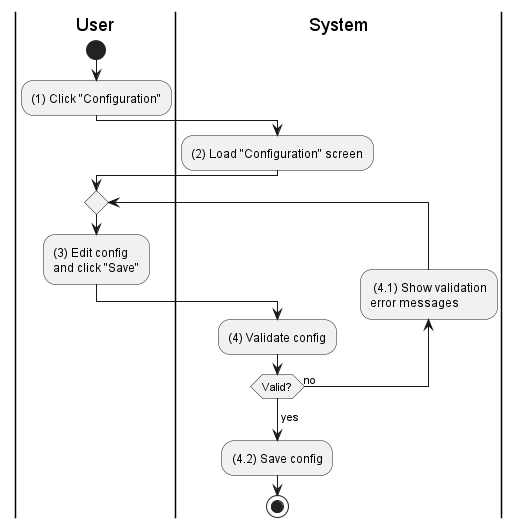
Earlier version of the PlantUML export activities/config-manage.png (phihungha/scmss-reqs). The source it was exported from:
```plantuml
@startuml config-manage
|u|User
|s|System

|u|
start
:(1) Click "Configuration";

|s|
:(2) Load "Configuration" screen;

|u|
repeat
    :(3) Edit config\nand click "Save";

    |s|
    :(4) Validate config;
    backward: (4.1) Show validation\nerror messages;
repeat while (Valid?) is (no)
->yes;
:(4.2) Save config;
stop
@enduml
```
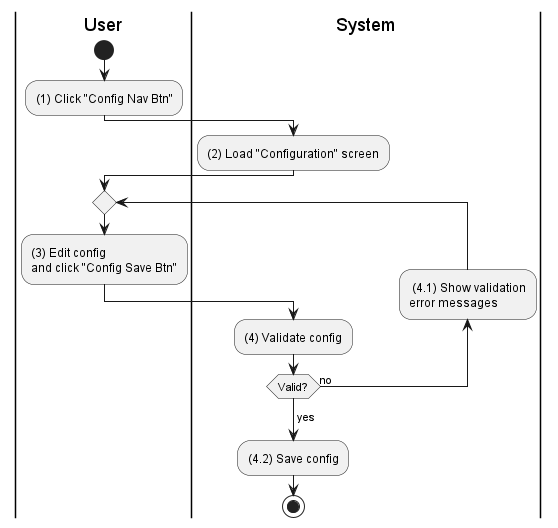
Above is the later version.

Change to the diagram source:
```diff
@@ -4,14 +4,14 @@
 
 |u|
 start
-:(1) Click "Configuration";
+:(1) Click "Config Nav Btn";
 
 |s|
 :(2) Load "Configuration" screen;
 
 |u|
 repeat
-    :(3) Edit config\nand click "Save";
+    :(3) Edit config\nand click "Config Save Btn";
 
     |s|
     :(4) Validate config;
```
